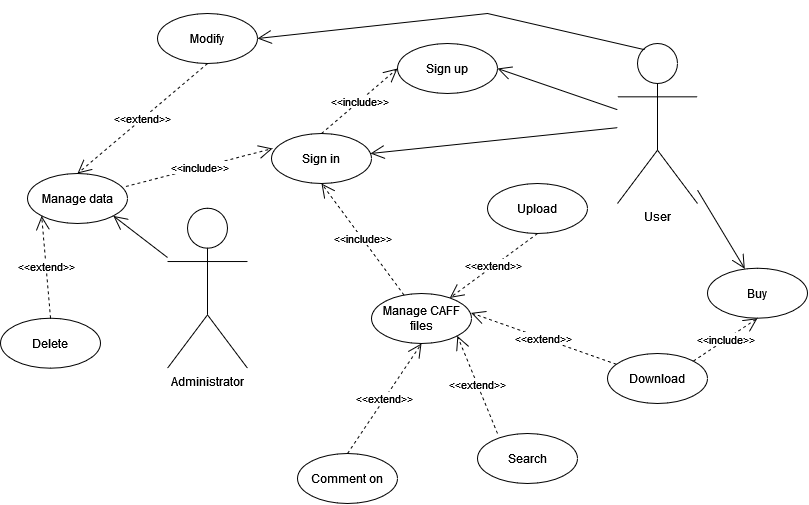
The draw.io diagram diagrams/functionality_usecase.png in VidarHUN/szamitogep-biztonsag, before a commit. Source tidied: cells renumbered, new cells last; positions are measured from the earlier drawing's top-left corner, leaving out a move shared by most shapes.
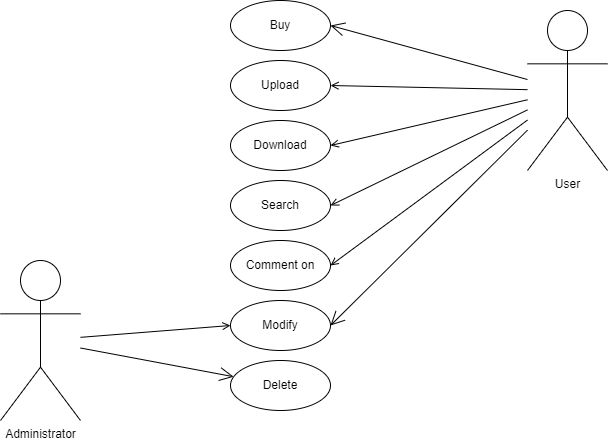
After the commit.

Diff of the diagram source:
```diff
@@ -5,90 +5,53 @@
     <mxCell id="2" value="&lt;div&gt;User&lt;/div&gt;" style="shape=umlActor;verticalLabelPosition=bottom;verticalAlign=top;html=1;" parent="1" vertex="1">
       <mxGeometry x="617" y="30" width="80" height="160" as="geometry" />
     </mxCell>
-    <mxCell id="3" value="&lt;div&gt;Sign up&lt;br&gt;&lt;/div&gt;" style="ellipse;whiteSpace=wrap;html=1;" parent="1" vertex="1">
-      <mxGeometry x="397" y="30" width="100" height="50" as="geometry" />
-    </mxCell>
-    <mxCell id="4" value="&lt;div&gt;Sign in&lt;/div&gt;" style="ellipse;whiteSpace=wrap;html=1;" parent="1" vertex="1">
-      <mxGeometry x="271" y="120" width="100" height="50" as="geometry" />
-    </mxCell>
-    <mxCell id="5" value="Manage CAFF files" style="ellipse;whiteSpace=wrap;html=1;" parent="1" vertex="1">
-      <mxGeometry x="371" y="280" width="100" height="50" as="geometry" />
-    </mxCell>
-    <mxCell id="6" value="&lt;div&gt;&amp;lt;&amp;lt;include&amp;gt;&amp;gt;&lt;/div&gt;" style="endArrow=open;endSize=12;dashed=1;html=1;rounded=0;entryX=0.5;entryY=1;entryDx=0;entryDy=0;" parent="1" edge="1" source="5" target="4">
-      <mxGeometry relative="1" as="geometry" />
-    </mxCell>
-    <mxCell id="7" value="&lt;div&gt;&amp;lt;&amp;lt;include&amp;gt;&amp;gt;&lt;/div&gt;" style="endArrow=open;endSize=12;dashed=1;html=1;rounded=0;exitX=0.5;exitY=0;exitDx=0;exitDy=0;entryX=0;entryY=0.5;entryDx=0;entryDy=0;" parent="1" edge="1" source="4" target="3">
-      <mxGeometry relative="1" as="geometry" />
-    </mxCell>
-    <mxCell id="8" style="endArrow=open;endFill=1;endSize=12;html=1;rounded=0;" parent="1" edge="1" source="2" target="4">
-      <mxGeometry relative="1" as="geometry" />
-    </mxCell>
     <mxCell id="9" value="Download" style="ellipse;whiteSpace=wrap;html=1;" parent="1" vertex="1">
-      <mxGeometry x="607" y="340" width="100" height="50" as="geometry" />
+      <mxGeometry x="320" y="140" width="100" height="50" as="geometry" />
     </mxCell>
     <mxCell id="10" value="Search" style="ellipse;whiteSpace=wrap;html=1;" parent="1" vertex="1">
-      <mxGeometry x="477" y="420" width="100" height="50" as="geometry" />
+      <mxGeometry x="320" y="200" width="100" height="50" as="geometry" />
     </mxCell>
     <mxCell id="11" value="Comment on" style="ellipse;whiteSpace=wrap;html=1;" parent="1" vertex="1">
-      <mxGeometry x="297" y="440" width="100" height="50" as="geometry" />
+      <mxGeometry x="320" y="260" width="100" height="50" as="geometry" />
     </mxCell>
     <mxCell id="12" value="Upload" style="ellipse;whiteSpace=wrap;html=1;" parent="1" vertex="1">
-      <mxGeometry x="487" y="170" width="100" height="50" as="geometry" />
+      <mxGeometry x="320" y="80" width="100" height="50" as="geometry" />
     </mxCell>
-    <mxCell id="13" value="&lt;div&gt;&amp;lt;&amp;lt;extend&amp;gt;&amp;gt;&lt;/div&gt;" style="endArrow=open;endSize=12;dashed=1;html=1;rounded=0;exitX=0.5;exitY=1;exitDx=0;exitDy=0;" parent="1" edge="1" source="12" target="5">
-      <mxGeometry relative="1" as="geometry" />
-    </mxCell>
-    <mxCell id="14" value="&lt;div&gt;&amp;lt;&amp;lt;extend&amp;gt;&amp;gt;&lt;/div&gt;" style="endArrow=open;endSize=12;dashed=1;html=1;rounded=0;entryX=0.996;entryY=0.388;entryDx=0;entryDy=0;entryPerimeter=0;" parent="1" edge="1" source="9" target="5">
-      <mxGeometry relative="1" as="geometry" />
-    </mxCell>
-    <mxCell id="15" value="&lt;div&gt;&amp;lt;&amp;lt;extend&amp;gt;&amp;gt;&lt;/div&gt;" style="endArrow=open;endSize=12;dashed=1;html=1;rounded=0;entryX=1;entryY=1;entryDx=0;entryDy=0;exitX=0.2;exitY=0;exitDx=0;exitDy=0;exitPerimeter=0;" parent="1" edge="1" source="10" target="5">
-      <mxGeometry relative="1" as="geometry" />
-    </mxCell>
-    <mxCell id="16" value="&lt;div&gt;&amp;lt;&amp;lt;extend&amp;gt;&amp;gt;&lt;/div&gt;" style="endArrow=open;endSize=12;dashed=1;html=1;rounded=0;entryX=0.5;entryY=1;entryDx=0;entryDy=0;exitX=0.5;exitY=0;exitDx=0;exitDy=0;" parent="1" edge="1" source="11" target="5">
-      <mxGeometry relative="1" as="geometry" />
-    </mxCell>
     <mxCell id="17" value="&lt;div&gt;Administrator&lt;/div&gt;" style="shape=umlActor;verticalLabelPosition=bottom;verticalAlign=top;html=1;" parent="1" vertex="1">
-      <mxGeometry x="167" y="194.7" width="80" height="160" as="geometry" />
+      <mxGeometry x="90" y="280" width="80" height="160" as="geometry" />
     </mxCell>
-    <mxCell id="18" value="Manage data" style="ellipse;whiteSpace=wrap;html=1;" parent="1" vertex="1">
-      <mxGeometry x="27" y="160" width="100" height="50" as="geometry" />
-    </mxCell>
-    <mxCell id="19" value="&lt;div&gt;&amp;lt;&amp;lt;include&amp;gt;&amp;gt;&lt;/div&gt;" style="endArrow=open;endSize=12;dashed=1;html=1;rounded=0;exitX=0.983;exitY=0.26;exitDx=0;exitDy=0;exitPerimeter=0;entryX=0.01;entryY=0.3;entryDx=0;entryDy=0;entryPerimeter=0;" parent="1" edge="1" source="18" target="4">
-      <mxGeometry relative="1" as="geometry" />
-    </mxCell>
     <mxCell id="20" value="&lt;div&gt;Delete&lt;/div&gt;" style="ellipse;whiteSpace=wrap;html=1;" parent="1" vertex="1">
-      <mxGeometry y="304.7" width="100" height="50" as="geometry" />
+      <mxGeometry x="320" y="380" width="100" height="50" as="geometry" />
     </mxCell>
     <mxCell id="21" value="Modify" style="ellipse;whiteSpace=wrap;html=1;" parent="1" vertex="1">
-      <mxGeometry x="157" width="100" height="50" as="geometry" />
+      <mxGeometry x="320" y="320" width="100" height="50" as="geometry" />
     </mxCell>
-    <mxCell id="22" value="&lt;div&gt;&amp;lt;&amp;lt;extend&amp;gt;&amp;gt;&lt;/div&gt;" style="endArrow=open;endSize=12;dashed=1;html=1;rounded=0;entryX=0.5;entryY=0;entryDx=0;entryDy=0;exitX=0.5;exitY=1;exitDx=0;exitDy=0;" parent="1" edge="1" source="21" target="18">
-      <mxGeometry relative="1" as="geometry" />
-    </mxCell>
-    <mxCell id="23" value="&lt;div&gt;&amp;lt;&amp;lt;extend&amp;gt;&amp;gt;&lt;/div&gt;" style="endArrow=open;endSize=12;dashed=1;html=1;rounded=0;entryX=0;entryY=1;entryDx=0;entryDy=0;exitX=0.5;exitY=0;exitDx=0;exitDy=0;" parent="1" edge="1" source="20" target="18">
-      <mxGeometry relative="1" as="geometry" />
-    </mxCell>
-    <mxCell id="24" style="endArrow=open;endFill=1;endSize=12;html=1;rounded=0;entryX=1;entryY=1;entryDx=0;entryDy=0;" parent="1" edge="1" source="17" target="18">
+    <mxCell id="24" style="endArrow=open;endFill=1;endSize=12;html=1;rounded=0;" parent="1" edge="1" source="17" target="20">
       <mxGeometry relative="1" as="geometry" />
     </mxCell>
     <mxCell id="25" value="&lt;div&gt;Buy&lt;/div&gt;" style="ellipse;whiteSpace=wrap;html=1;" parent="1" vertex="1">
-      <mxGeometry x="707" y="254.7" width="100" height="50" as="geometry" />
+      <mxGeometry x="320" y="20" width="100" height="50" as="geometry" />
     </mxCell>
-    <mxCell id="26" value="&lt;div&gt;&amp;lt;&amp;lt;include&amp;gt;&amp;gt;&lt;/div&gt;" style="endArrow=open;endSize=12;dashed=1;html=1;rounded=0;entryX=0.5;entryY=1;entryDx=0;entryDy=0;exitX=1;exitY=0;exitDx=0;exitDy=0;" parent="1" edge="1" source="9" target="25">
-      <mxGeometry relative="1" as="geometry" />
-    </mxCell>
-    <mxCell id="27" style="endArrow=open;endFill=1;endSize=12;html=1;rounded=0;entryX=1;entryY=0.5;entryDx=0;entryDy=0;" parent="1" edge="1" source="2" target="3">
-      <mxGeometry relative="1" as="geometry" />
-    </mxCell>
-    <mxCell id="28" style="endArrow=open;endFill=1;endSize=12;html=1;rounded=0;exitX=0.341;exitY=0.039;exitDx=0;exitDy=0;exitPerimeter=0;entryX=1;entryY=0.5;entryDx=0;entryDy=0;" parent="1" edge="1" source="2" target="21">
-      <mxGeometry relative="1" as="geometry">
-        <Array as="points">
-          <mxPoint x="487" />
-        </Array>
-      </mxGeometry>
+    <mxCell id="28" style="endArrow=open;endFill=1;endSize=12;html=1;rounded=0;entryX=1;entryY=0.5;entryDx=0;entryDy=0;" parent="1" edge="1" source="2" target="21">
+      <mxGeometry relative="1" as="geometry" />
     </mxCell>
-    <mxCell id="29" style="endArrow=open;endFill=1;endSize=12;html=1;rounded=0;entryX=0.373;entryY=0.012;entryDx=0;entryDy=0;entryPerimeter=0;" parent="1" edge="1" source="2" target="25">
+    <mxCell id="29" style="endArrow=open;endFill=1;endSize=12;html=1;rounded=0;entryX=1;entryY=0.5;entryDx=0;entryDy=0;" parent="1" edge="1" source="2" target="25">
       <mxGeometry relative="1" as="geometry" />
     </mxCell>
+    <mxCell id="30" style="endArrow=open;html=1;rounded=0;entryX=1;entryY=0.5;entryDx=0;entryDy=0;endFill=0;" parent="1" edge="1" source="2" target="12">
+      <mxGeometry relative="1" as="geometry" />
+    </mxCell>
+    <mxCell id="31" style="endArrow=open;html=1;rounded=0;entryX=1;entryY=0.5;entryDx=0;entryDy=0;endFill=0;" parent="1" edge="1" source="2" target="9">
+      <mxGeometry relative="1" as="geometry" />
+    </mxCell>
+    <mxCell id="32" style="endArrow=open;html=1;rounded=0;entryX=1;entryY=0.5;entryDx=0;entryDy=0;endFill=0;" parent="1" edge="1" source="2" target="10">
+      <mxGeometry relative="1" as="geometry" />
+    </mxCell>
+    <mxCell id="33" style="endArrow=open;html=1;rounded=0;entryX=1;entryY=0.5;entryDx=0;entryDy=0;endFill=0;" parent="1" edge="1" source="2" target="11">
+      <mxGeometry relative="1" as="geometry" />
+    </mxCell>
+    <mxCell id="34" style="endArrow=open;html=1;rounded=0;entryX=0;entryY=0.5;entryDx=0;entryDy=0;endFill=0;" parent="1" edge="1" source="17" target="21">
+      <mxGeometry relative="1" as="geometry" />
+    </mxCell>
   </root>
 </mxGraphModel>
```
